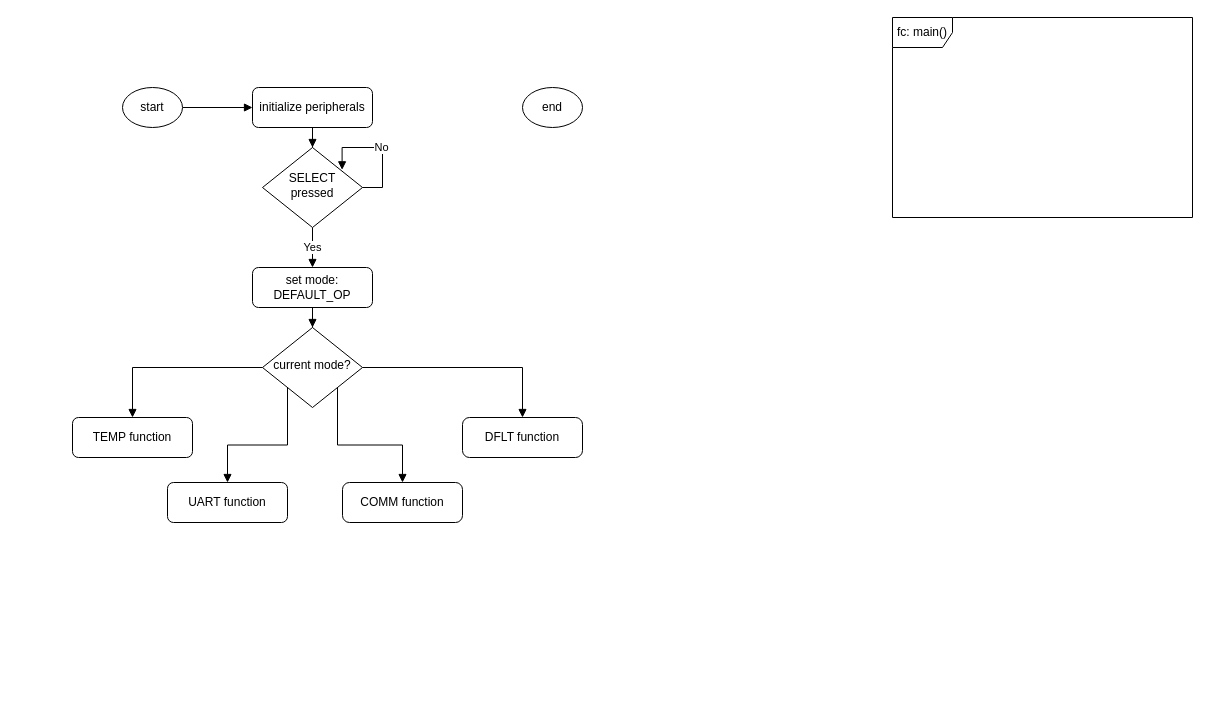
Above: Labor_Datentechnik_Main.drawio in NotAGnelf/Datentechnik (draw.io), before the change. Source tidied: cells renumbered, new cells numbered last; positions are measured from the earlier drawing's top-left corner, leaving out a move shared by most shapes. Both pictures are drawn from the tidied source at 100%, with x=0, y=0 at pixel (72, 17).
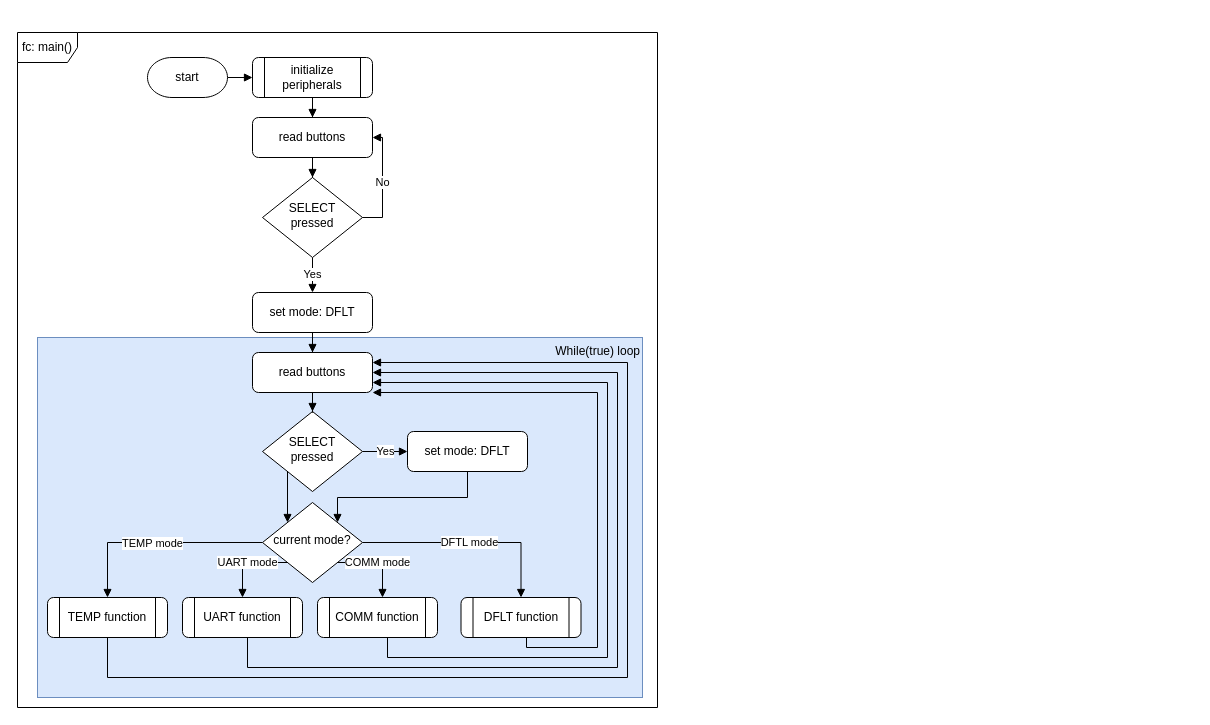
The same page after the edit.

The change refers to these unchanged cells:
```xml
<mxCell id="8" style="edgeStyle=orthogonalEdgeStyle;rounded=0;jettySize=auto;html=1;endArrow=block;endFill=1;exitX=0;exitY=0.5;exitDx=0;exitDy=0;" parent="1" edge="1" source="12" target="13">
  <mxGeometry relative="1" as="geometry" />
</mxCell>
```

Change to the diagram source:
```diff
@@
+    <mxCell id="22" value="While(true) loop" style="whiteSpace=wrap;html=1;rounded=0;sketch=0;strokeWidth=1;fillColor=#dae8fc;strokeColor=#6c8ebf;align=right;verticalAlign=top;" parent="1" vertex="1">
+      <mxGeometry x="-35" y="320" width="605" height="360" as="geometry" />
+    </mxCell>
-    <mxCell id="2" style="edgeStyle=orthogonalEdgeStyle;rounded=0;jettySize=auto;html=1;entryX=0.5;entryY=0;entryDx=0;entryDy=0;endArrow=block;endFill=1;" parent="1" edge="1" source="3" target="5">
+    <mxCell id="2" style="edgeStyle=orthogonalEdgeStyle;rounded=0;jettySize=auto;html=1;entryX=0.5;entryY=0;entryDx=0;entryDy=0;endArrow=block;endFill=1;" parent="1" edge="1" source="3" target="34">
       <mxGeometry relative="1" as="geometry" />
     </mxCell>
-    <mxCell id="3" value="initialize peripherals" style="rounded=1;whiteSpace=wrap;html=1;fontSize=12;glass=0;strokeWidth=1;shadow=0;" parent="1" vertex="1">
-      <mxGeometry x="180" y="70" width="120" height="40" as="geometry" />
-    </mxCell>
@@
     <mxCell id="5" value="SELECT pressed" style="rhombus;whiteSpace=wrap;html=1;shadow=0;fontFamily=Helvetica;fontSize=12;align=center;strokeWidth=1;spacing=6;spacingTop=-4;" parent="1" vertex="1">
-      <mxGeometry x="190" y="130" width="100" height="80" as="geometry" />
+      <mxGeometry x="190" y="160" width="100" height="80" as="geometry" />
     </mxCell>
-    <mxCell id="6" style="edgeStyle=orthogonalEdgeStyle;rounded=0;jettySize=auto;html=1;entryX=0.5;entryY=0;entryDx=0;entryDy=0;endArrow=block;endFill=1;" parent="1" edge="1" source="7" target="12">
+    <mxCell id="6" style="edgeStyle=orthogonalEdgeStyle;rounded=0;jettySize=auto;html=1;entryX=0.5;entryY=0;entryDx=0;entryDy=0;endArrow=block;endFill=1;" parent="1" edge="1" source="7" target="32">
       <mxGeometry relative="1" as="geometry" />
     </mxCell>
-    <mxCell id="7" value="set mode: DEFAULT_OP" style="rounded=1;whiteSpace=wrap;html=1;fontSize=12;glass=0;strokeWidth=1;shadow=0;" parent="1" vertex="1">
-      <mxGeometry x="180" y="250" width="120" height="40" as="geometry" />
+    <mxCell id="7" value="set mode: DFLT" style="rounded=1;whiteSpace=wrap;html=1;fontSize=12;glass=0;strokeWidth=1;shadow=0;" parent="1" vertex="1">
+      <mxGeometry x="180" y="275" width="120" height="40" as="geometry" />
     </mxCell>
@@
+    <mxCell id="23" value="TEMP mode" style="edgeLabel;html=1;align=center;verticalAlign=middle;" parent="8" vertex="1">
+      <mxGeometry x="0.06" relative="1" as="geometry" />
+    </mxCell>
-    <mxCell id="9" style="edgeStyle=orthogonalEdgeStyle;rounded=0;jettySize=auto;html=1;endArrow=block;endFill=1;exitX=0;exitY=1;exitDx=0;exitDy=0;" parent="1" edge="1" source="12" target="14">
-      <mxGeometry relative="1" as="geometry" />
+    <mxCell id="9" value="UART mode" style="edgeStyle=orthogonalEdgeStyle;rounded=0;jettySize=auto;html=1;endArrow=block;endFill=1;exitX=0;exitY=1;exitDx=0;exitDy=0;" parent="1" edge="1" source="12" target="14">
+      <mxGeometry relative="1" as="geometry">
+        <Array as="points">
+          <mxPoint x="170" y="545" />
+        </Array>
+      </mxGeometry>
     </mxCell>
-    <mxCell id="10" style="edgeStyle=orthogonalEdgeStyle;rounded=0;jettySize=auto;html=1;endArrow=block;endFill=1;exitX=1;exitY=1;exitDx=0;exitDy=0;" parent="1" edge="1" source="12" target="18">
-      <mxGeometry relative="1" as="geometry" />
+    <mxCell id="10" value="COMM mode" style="edgeStyle=orthogonalEdgeStyle;rounded=0;jettySize=auto;html=1;endArrow=block;endFill=1;exitX=1;exitY=1;exitDx=0;exitDy=0;" parent="1" edge="1" source="12" target="18">
+      <mxGeometry relative="1" as="geometry">
+        <Array as="points">
+          <mxPoint x="310" y="545" />
+        </Array>
+      </mxGeometry>
     </mxCell>
-    <mxCell id="11" style="edgeStyle=orthogonalEdgeStyle;rounded=0;jettySize=auto;html=1;endArrow=block;endFill=1;exitX=1;exitY=0.5;exitDx=0;exitDy=0;" parent="1" edge="1" source="12" target="21">
+    <mxCell id="11" value="DFTL mode" style="edgeStyle=orthogonalEdgeStyle;rounded=0;jettySize=auto;html=1;endArrow=block;endFill=1;exitX=1;exitY=0.5;exitDx=0;exitDy=0;" parent="1" edge="1" source="12" target="21">
       <mxGeometry relative="1" as="geometry" />
     </mxCell>
     <mxCell id="12" value="current mode?" style="rhombus;whiteSpace=wrap;html=1;shadow=0;fontFamily=Helvetica;fontSize=12;align=center;strokeWidth=1;spacing=6;spacingTop=-4;" parent="1" vertex="1">
-      <mxGeometry x="190" y="310" width="100" height="80" as="geometry" />
+      <mxGeometry x="190" y="485" width="100" height="80" as="geometry" />
     </mxCell>
-    <mxCell id="13" value="TEMP function" style="rounded=1;whiteSpace=wrap;html=1;fontSize=12;glass=0;strokeWidth=1;shadow=0;" parent="1" vertex="1">
-      <mxGeometry y="400" width="120" height="40" as="geometry" />
-    </mxCell>
-    <mxCell id="14" value="UART function" style="rounded=1;whiteSpace=wrap;html=1;fontSize=12;glass=0;strokeWidth=1;shadow=0;" parent="1" vertex="1">
-      <mxGeometry x="95" y="465" width="120" height="40" as="geometry" />
-    </mxCell>
     <mxCell id="15" value="fc: main()" style="shape=umlFrame;whiteSpace=wrap;html=1;" parent="1" vertex="1">
-      <mxGeometry x="820" width="300" height="200" as="geometry" />
+      <mxGeometry x="-55" y="15" width="640" height="675" as="geometry" />
     </mxCell>
@@
+    <mxCell id="20" value="No" style="edgeStyle=orthogonalEdgeStyle;rounded=0;jettySize=auto;html=1;exitX=1;exitY=0.5;exitDx=0;exitDy=0;entryX=1;entryY=0.5;entryDx=0;entryDy=0;endArrow=block;endFill=1;" parent="1" edge="1" source="5" target="34">
+      <mxGeometry relative="1" as="geometry" />
+    </mxCell>
+    <mxCell id="24" style="edgeStyle=orthogonalEdgeStyle;rounded=0;jettySize=auto;html=1;endArrow=block;endFill=1;exitX=0.5;exitY=1;exitDx=0;exitDy=0;entryX=1;entryY=0.25;entryDx=0;entryDy=0;" parent="1" edge="1" source="13" target="32">
+      <mxGeometry relative="1" as="geometry">
+        <Array as="points">
+          <mxPoint x="35" y="660" />
+          <mxPoint x="555" y="660" />
+          <mxPoint x="555" y="345" />
+        </Array>
+      </mxGeometry>
+    </mxCell>
+    <mxCell id="13" value="TEMP function" style="shape=process;whiteSpace=wrap;html=1;backgroundOutline=1;rounded=1;sketch=0;strokeWidth=1;" parent="1" vertex="1">
+      <mxGeometry x="-25" y="580" width="120" height="40" as="geometry" />
+    </mxCell>
+    <mxCell id="25" style="edgeStyle=orthogonalEdgeStyle;rounded=0;jettySize=auto;html=1;exitX=0.5;exitY=1;exitDx=0;exitDy=0;endArrow=block;endFill=1;entryX=1;entryY=0.5;entryDx=0;entryDy=0;" parent="1" edge="1" source="14" target="32">
+      <mxGeometry relative="1" as="geometry">
+        <Array as="points">
+          <mxPoint x="175" y="620" />
+          <mxPoint x="175" y="650" />
+          <mxPoint x="545" y="650" />
+          <mxPoint x="545" y="355" />
+        </Array>
+      </mxGeometry>
+    </mxCell>
+    <mxCell id="14" value="UART function" style="shape=process;whiteSpace=wrap;html=1;backgroundOutline=1;rounded=1;sketch=0;strokeWidth=1;" parent="1" vertex="1">
+      <mxGeometry x="110" y="580" width="120" height="40" as="geometry" />
+    </mxCell>
+    <mxCell id="26" style="edgeStyle=orthogonalEdgeStyle;rounded=0;jettySize=auto;html=1;exitX=0.5;exitY=1;exitDx=0;exitDy=0;endArrow=block;endFill=1;entryX=1;entryY=0.75;entryDx=0;entryDy=0;" parent="1" edge="1" source="18" target="32">
+      <mxGeometry relative="1" as="geometry">
+        <Array as="points">
+          <mxPoint x="315" y="620" />
+          <mxPoint x="315" y="640" />
+          <mxPoint x="535" y="640" />
+          <mxPoint x="535" y="365" />
+        </Array>
+      </mxGeometry>
+    </mxCell>
+    <mxCell id="18" value="COMM function" style="shape=process;whiteSpace=wrap;html=1;backgroundOutline=1;rounded=1;sketch=0;strokeWidth=1;" parent="1" vertex="1">
+      <mxGeometry x="245" y="580" width="120" height="40" as="geometry" />
+    </mxCell>
+    <mxCell id="27" style="edgeStyle=orthogonalEdgeStyle;rounded=0;jettySize=auto;html=1;exitX=0.5;exitY=1;exitDx=0;exitDy=0;endArrow=block;endFill=1;entryX=1;entryY=1;entryDx=0;entryDy=0;" parent="1" edge="1" source="21" target="32">
+      <mxGeometry relative="1" as="geometry">
+        <Array as="points">
+          <mxPoint x="454" y="620" />
+          <mxPoint x="454" y="630" />
+          <mxPoint x="525" y="630" />
+          <mxPoint x="525" y="375" />
+        </Array>
+      </mxGeometry>
+    </mxCell>
+    <mxCell id="21" value="DFLT function" style="shape=process;whiteSpace=wrap;html=1;backgroundOutline=1;rounded=1;sketch=0;strokeWidth=1;" parent="1" vertex="1">
+      <mxGeometry x="388.5" y="580" width="120" height="40" as="geometry" />
+    </mxCell>
-    <mxCell id="17" value="start" style="strokeWidth=1;html=1;shape=mxgraph.flowchart.start_1;whiteSpace=wrap;rounded=1;sketch=0;" parent="1" vertex="1">
-      <mxGeometry x="50" y="70" width="60" height="40" as="geometry" />
+    <mxCell id="17" value="start" style="strokeWidth=1;html=1;shape=mxgraph.flowchart.terminator;whiteSpace=wrap;rounded=1;sketch=0;" parent="1" vertex="1">
+      <mxGeometry x="75" y="40" width="80" height="40" as="geometry" />
     </mxCell>
-    <mxCell id="18" value="COMM function" style="rounded=1;whiteSpace=wrap;html=1;absoluteArcSize=1;arcSize=14;strokeWidth=1;sketch=0;" parent="1" vertex="1">
-      <mxGeometry x="270" y="465" width="120" height="40" as="geometry" />
-    </mxCell>
-    <mxCell id="19" value="end" style="strokeWidth=1;html=1;shape=mxgraph.flowchart.start_1;whiteSpace=wrap;rounded=1;sketch=0;" parent="1" vertex="1">
-      <mxGeometry x="450" y="70" width="60" height="40" as="geometry" />
-    </mxCell>
-    <mxCell id="20" value="No" style="edgeStyle=orthogonalEdgeStyle;rounded=0;orthogonalLoop=1;jettySize=auto;html=1;exitX=1;exitY=0.5;exitDx=0;exitDy=0;entryX=0.796;entryY=0.279;entryDx=0;entryDy=0;endArrow=block;endFill=1;entryPerimeter=0;" parent="1" edge="1" source="5" target="5">
-      <mxGeometry relative="1" as="geometry">
-        <Array as="points">
-          <mxPoint x="310" y="170" />
-          <mxPoint x="310" y="130" />
-          <mxPoint x="270" y="130" />
-        </Array>
-      </mxGeometry>
-    </mxCell>
-    <mxCell id="21" value="DFLT function" style="rounded=1;whiteSpace=wrap;html=1;absoluteArcSize=1;arcSize=14;strokeWidth=1;sketch=0;" parent="1" vertex="1">
-      <mxGeometry x="390" y="400" width="120" height="40" as="geometry" />
-    </mxCell>
+    <mxCell id="28" value="Yes" style="edgeStyle=orthogonalEdgeStyle;rounded=0;jettySize=auto;html=1;endArrow=block;endFill=1;exitX=1;exitY=0.5;exitDx=0;exitDy=0;" parent="1" edge="1" source="30" target="36">
+      <mxGeometry relative="1" as="geometry" />
+    </mxCell>
+    <mxCell id="29" style="edgeStyle=orthogonalEdgeStyle;rounded=0;jettySize=auto;html=1;exitX=0;exitY=1;exitDx=0;exitDy=0;entryX=0;entryY=0;entryDx=0;entryDy=0;endArrow=block;endFill=1;" parent="1" edge="1" source="30" target="12">
+      <mxGeometry relative="1" as="geometry" />
+    </mxCell>
+    <mxCell id="30" value="SELECT pressed" style="rhombus;whiteSpace=wrap;html=1;shadow=0;fontFamily=Helvetica;fontSize=12;align=center;strokeWidth=1;spacing=6;spacingTop=-4;" parent="1" vertex="1">
+      <mxGeometry x="190" y="394" width="100" height="80" as="geometry" />
+    </mxCell>
+    <mxCell id="31" style="edgeStyle=orthogonalEdgeStyle;rounded=0;jettySize=auto;html=1;endArrow=block;endFill=1;" parent="1" edge="1" source="32" target="30">
+      <mxGeometry relative="1" as="geometry" />
+    </mxCell>
+    <mxCell id="32" value="read buttons" style="rounded=1;whiteSpace=wrap;html=1;fontSize=12;glass=0;strokeWidth=1;shadow=0;" parent="1" vertex="1">
+      <mxGeometry x="180" y="335" width="120" height="40" as="geometry" />
+    </mxCell>
+    <mxCell id="33" style="edgeStyle=orthogonalEdgeStyle;rounded=0;jettySize=auto;html=1;endArrow=block;endFill=1;" parent="1" edge="1" source="34" target="5">
+      <mxGeometry relative="1" as="geometry" />
+    </mxCell>
+    <mxCell id="34" value="read buttons" style="rounded=1;whiteSpace=wrap;html=1;fontSize=12;glass=0;strokeWidth=1;shadow=0;" parent="1" vertex="1">
+      <mxGeometry x="180" y="100" width="120" height="40" as="geometry" />
+    </mxCell>
+    <mxCell id="35" style="edgeStyle=orthogonalEdgeStyle;rounded=0;jettySize=auto;html=1;entryX=1;entryY=0;entryDx=0;entryDy=0;endArrow=block;endFill=1;" parent="1" edge="1" source="36" target="12">
+      <mxGeometry relative="1" as="geometry">
+        <Array as="points">
+          <mxPoint x="395" y="480" />
+          <mxPoint x="265" y="480" />
+        </Array>
+      </mxGeometry>
+    </mxCell>
+    <mxCell id="36" value="set mode: DFLT" style="rounded=1;whiteSpace=wrap;html=1;fontSize=12;glass=0;strokeWidth=1;shadow=0;" parent="1" vertex="1">
+      <mxGeometry x="335" y="414" width="120" height="40" as="geometry" />
+    </mxCell>
+    <mxCell id="3" value="initialize peripherals" style="shape=process;whiteSpace=wrap;html=1;backgroundOutline=1;rounded=1;sketch=0;strokeWidth=1;" parent="1" vertex="1">
+      <mxGeometry x="180" y="40" width="120" height="40" as="geometry" />
+    </mxCell>
```
